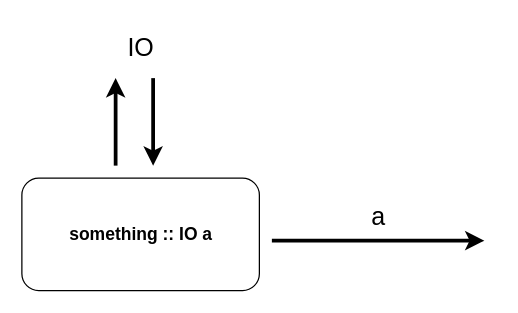
Above: page "Page-12" (12 of 14) of images/diagrams.drawio in vvincent/haskell-course (draw.io), before the change. Source tidied: cells renumbered, new cells numbered last; positions are measured from the earlier drawing's top-left corner, leaving out a move shared by most shapes. Both pictures are drawn from the tidied source at 125%, with x=0, y=0 at pixel (21, 21).
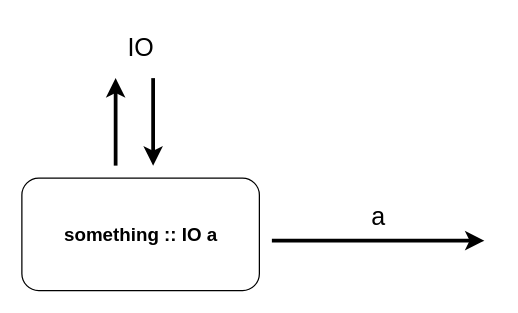
The same diagram, later.

What changed in the source:
```diff
@@
 <mxGraphModel>
   <root>
     <mxCell id="0" />
     <mxCell id="1" parent="0" />
     <mxCell id="2" style="rounded=1;whiteSpace=wrap;html=1;fontSize=24;spacing=2;" parent="1" vertex="1">
       <mxGeometry y="125" width="190" height="90" as="geometry" />
     </mxCell>
     <mxCell id="3" value="a" style="text;html=1;align=center;verticalAlign=middle;strokeColor=none;fillColor=none;fontSize=20;fontFamily=Roboto Mono;" parent="1" vertex="1">
       <mxGeometry x="265" y="135" width="40" height="40" as="geometry" />
     </mxCell>
     <mxCell id="4" style="endArrow=classic;html=1;rounded=0;fontFamily=Verdana;fontSize=18;strokeWidth=3;" parent="1" edge="1">
       <mxGeometry relative="1" as="geometry">
         <mxPoint x="200" y="175" as="sourcePoint" />
         <mxPoint x="370" y="175" as="targetPoint" />
       </mxGeometry>
     </mxCell>
-    <mxCell id="5" value="something :: IO a" style="text;html=1;align=center;verticalAlign=middle;strokeColor=none;fillColor=none;fontSize=14;fontFamily=Roboto Mono;fontStyle=1;" parent="1" vertex="1">
-      <mxGeometry x="10" y="155" width="170" height="30" as="geometry" />
+    <mxCell id="5" value="something :: IO a" style="text;html=1;align=center;verticalAlign=middle;strokeColor=none;fillColor=none;fontSize=15;fontFamily=Roboto Mono;fontStyle=1;" parent="1" vertex="1">
+      <mxGeometry x="5" y="155" width="180" height="30" as="geometry" />
     </mxCell>
     <mxCell id="6" style="endArrow=classic;html=1;rounded=0;fontFamily=Verdana;fontSize=18;strokeWidth=3;" parent="1" edge="1">
       <mxGeometry relative="1" as="geometry">
         <mxPoint x="75" y="115" as="sourcePoint" />
         <mxPoint x="75" y="45" as="targetPoint" />
       </mxGeometry>
     </mxCell>
     <mxCell id="7" style="endArrow=classic;html=1;rounded=0;fontFamily=Verdana;fontSize=18;strokeWidth=3;" parent="1" edge="1">
       <mxGeometry relative="1" as="geometry">
         <mxPoint x="105" y="45" as="sourcePoint" />
         <mxPoint x="105" y="115" as="targetPoint" />
       </mxGeometry>
     </mxCell>
     <mxCell id="8" value="IO" style="text;html=1;align=center;verticalAlign=middle;strokeColor=none;fillColor=none;fontSize=20;fontFamily=Roboto Mono;" parent="1" vertex="1">
       <mxGeometry x="70" width="50" height="40" as="geometry" />
     </mxCell>
   </root>
 </mxGraphModel>
```
